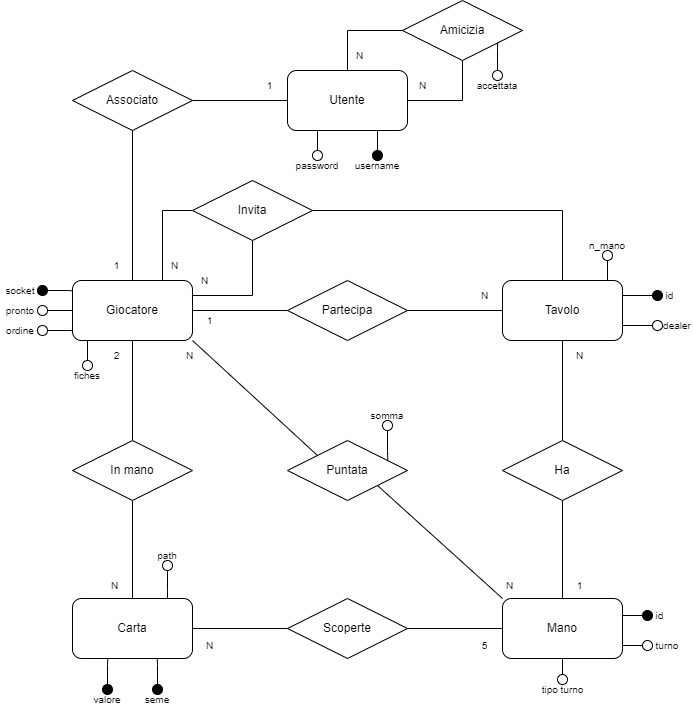
Above: assets/images/documentazione/diagramma_er.png in Emaiarkeiou/Poker (draw.io), before the change. Source tidied: cells renumbered, new cells last; positions are measured from the earlier drawing's top-left corner, leaving out a move shared by most shapes.
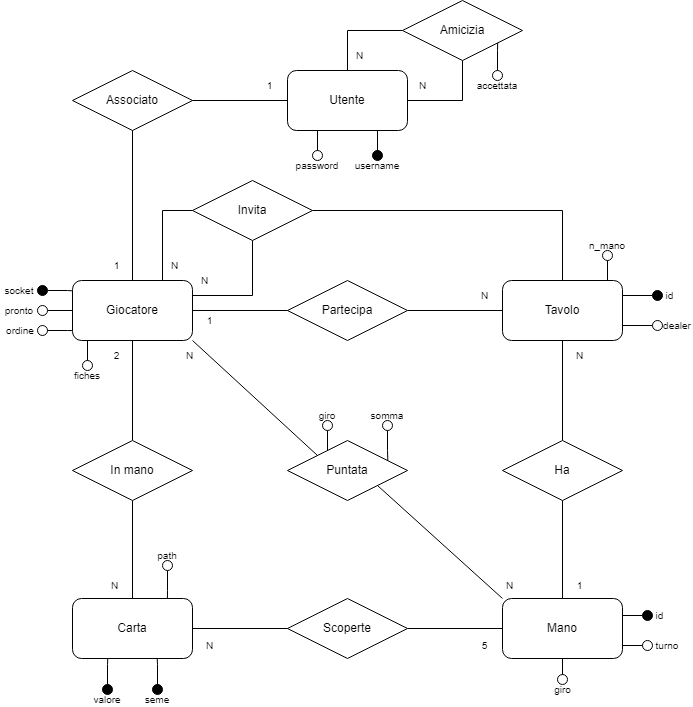
The same file after the commit.

Change to the diagram source:
```diff
@@ -295,11 +295,20 @@
     <mxCell id="96" style="ellipse;whiteSpace=wrap;html=1;" parent="1" vertex="1">
       <mxGeometry x="557" y="674" width="10" height="10" as="geometry" />
     </mxCell>
-    <mxCell id="97" value="&lt;span style=&quot;font-size: 10px;&quot;&gt;tipo turno&lt;/span&gt;" style="text;html=1;align=center;verticalAlign=middle;whiteSpace=wrap;rounded=0;" parent="1" vertex="1">
+    <mxCell id="97" value="&lt;span style=&quot;font-size: 10px;&quot;&gt;giro&lt;/span&gt;" style="text;html=1;align=center;verticalAlign=middle;whiteSpace=wrap;rounded=0;" parent="1" vertex="1">
       <mxGeometry x="519.5" y="684" width="85" height="10" as="geometry" />
     </mxCell>
     <mxCell id="98" value="Mano" style="rounded=1;whiteSpace=wrap;html=1;" parent="1" vertex="1">
       <mxGeometry x="502" y="598" width="120" height="60" as="geometry" />
     </mxCell>
+    <mxCell id="99" style="ellipse;whiteSpace=wrap;html=1;" parent="1" vertex="1">
+      <mxGeometry x="322" y="420" width="10" height="10" as="geometry" />
+    </mxCell>
+    <mxCell id="100" style="edgeStyle=orthogonalEdgeStyle;rounded=0;jettySize=auto;html=1;entryX=0.334;entryY=0.165;entryDx=0;entryDy=0;entryPerimeter=0;endArrow=none;endFill=0;" parent="1" edge="1" source="99" target="32">
+      <mxGeometry relative="1" as="geometry" />
+    </mxCell>
+    <mxCell id="101" value="&lt;span style=&quot;font-size: 10px;&quot;&gt;giro&lt;/span&gt;" style="text;html=1;align=center;verticalAlign=middle;whiteSpace=wrap;rounded=0;" parent="1" vertex="1">
+      <mxGeometry x="312" y="410" width="30" height="10" as="geometry" />
+    </mxCell>
   </root>
 </mxGraphModel>
```
